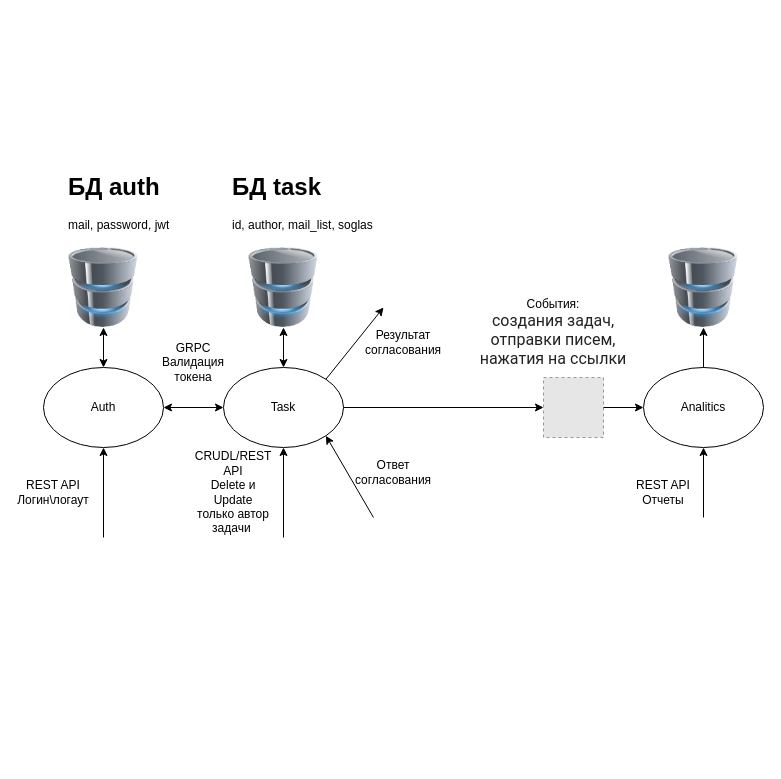
The draw.io diagram mts.drawio in mozgunovdm/mail-service, before the edit. Source tidied: cells renumbered, new cells numbered last; positions are measured from the earlier drawing's top-left corner, leaving out a move shared by most shapes. Both pictures are drawn from the tidied source at 100%, with x=0, y=0 at pixel (23, 167). Pictures stored in the file or linked from it are replaced by grey dashed boxes.
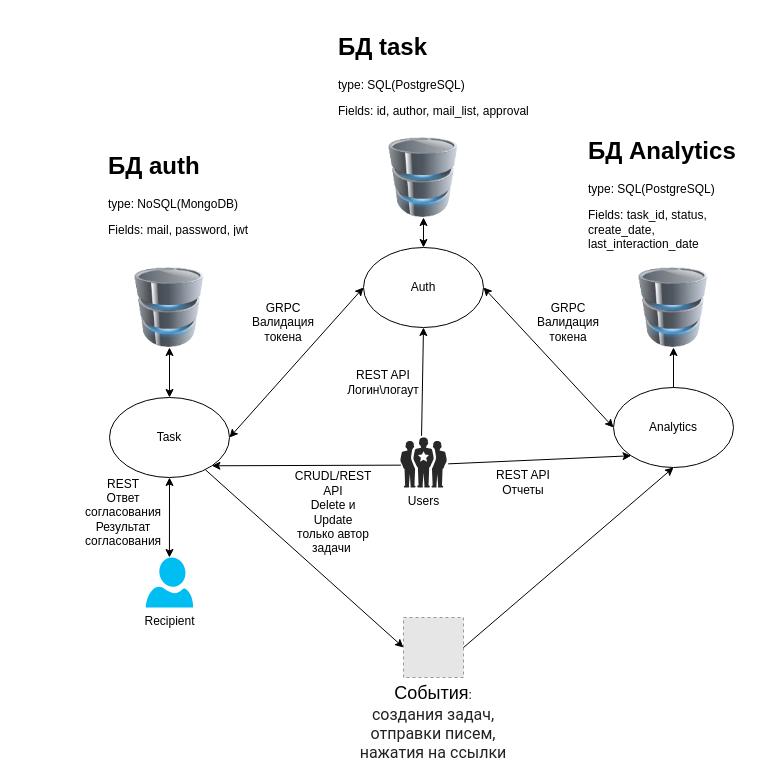
Above is the later version.

What changed in the source:
```diff
@@
     <mxCell id="2" value="Auth" style="ellipse;whiteSpace=wrap;html=1;" parent="1" vertex="1">
-      <mxGeometry x="20" y="200" width="120" height="80" as="geometry" />
+      <mxGeometry x="340" y="80" width="120" height="80" as="geometry" />
     </mxCell>
     <mxCell id="3" value="REST API&lt;br&gt;Логин\логаут" style="text;html=1;strokeColor=none;fillColor=none;align=center;verticalAlign=middle;whiteSpace=wrap;rounded=0;" parent="1" vertex="1">
-      <mxGeometry y="310" width="60" height="30" as="geometry" />
+      <mxGeometry x="330" y="200" width="60" height="30" as="geometry" />
     </mxCell>
     <mxCell id="4" style="image;html=1;image=img/lib/clip_art/computers/Database_128x128.png;" parent="1" vertex="1">
-      <mxGeometry x="40" y="80" width="80" height="80" as="geometry" />
+      <mxGeometry x="360" y="-30" width="80" height="80" as="geometry" />
     </mxCell>
@@
     <mxCell id="6" value="Task" style="ellipse;whiteSpace=wrap;html=1;" parent="1" vertex="1">
-      <mxGeometry x="200" y="200" width="120" height="80" as="geometry" />
+      <mxGeometry x="86" y="230" width="120" height="80" as="geometry" />
     </mxCell>
     <mxCell id="7" style="fillColor=#E6E6E6;strokeColor=#999999;dashed=1;verticalLabelPosition=bottom;labelBackgroundColor=default;verticalAlign=top;" parent="1" vertex="1">
-      <mxGeometry x="520" y="210" width="60" height="60" as="geometry" />
+      <mxGeometry x="380" y="450" width="60" height="60" as="geometry" />
     </mxCell>
@@
     <mxCell id="9" style="image;html=1;image=img/lib/clip_art/computers/Database_128x128.png;" parent="1" vertex="1">
-      <mxGeometry x="220" y="80" width="80" height="80" as="geometry" />
+      <mxGeometry x="106" y="100" width="80" height="80" as="geometry" />
     </mxCell>
-    <mxCell id="10" value="Analitics" style="ellipse;whiteSpace=wrap;html=1;" parent="1" vertex="1">
-      <mxGeometry x="620" y="200" width="120" height="80" as="geometry" />
+    <mxCell id="10" value="Analytics" style="ellipse;whiteSpace=wrap;html=1;" parent="1" vertex="1">
+      <mxGeometry x="590" y="220" width="120" height="80" as="geometry" />
     </mxCell>
-    <mxCell id="11" style="endArrow=classic;html=1;rounded=0;exitX=1;exitY=0.5;exitDx=0;exitDy=0;entryX=0;entryY=0.5;entryDx=0;entryDy=0;" parent="1" edge="1" source="7" target="10">
+    <mxCell id="11" style="endArrow=classic;html=1;rounded=0;exitX=1;exitY=0.5;exitDx=0;exitDy=0;entryX=0.5;entryY=1;entryDx=0;entryDy=0;" parent="1" edge="1" source="7" target="10">
       <mxGeometry relative="1" as="geometry" />
     </mxCell>
     <mxCell id="12" style="image;html=1;image=img/lib/clip_art/computers/Database_128x128.png;" parent="1" vertex="1">
-      <mxGeometry x="635" y="80" width="90" height="80" as="geometry" />
+      <mxGeometry x="605" y="100" width="90" height="80" as="geometry" />
     </mxCell>
@@
-    <mxCell id="15" style="endArrow=classic;startArrow=classic;html=1;rounded=0;entryX=0;entryY=0.5;entryDx=0;entryDy=0;exitX=1;exitY=0.5;exitDx=0;exitDy=0;" parent="1" edge="1" source="2" target="6">
+    <mxCell id="15" style="endArrow=classic;startArrow=classic;html=1;rounded=0;exitX=0;exitY=0.5;exitDx=0;exitDy=0;entryX=1;entryY=0.5;entryDx=0;entryDy=0;" parent="1" edge="1" source="2" target="6">
       <mxGeometry relative="1" as="geometry" />
     </mxCell>
-    <mxCell id="16" style="endArrow=classic;html=1;rounded=0;entryX=0.5;entryY=1;entryDx=0;entryDy=0;" parent="1" edge="1" target="2">
-      <mxGeometry relative="1" as="geometry">
-        <mxPoint x="80" y="370" as="sourcePoint" />
-      </mxGeometry>
+    <mxCell id="16" style="endArrow=classic;html=1;rounded=0;entryX=1;entryY=1;entryDx=0;entryDy=0;exitX=0.013;exitY=0.553;exitDx=0;exitDy=0;exitPerimeter=0;" parent="1" edge="1" source="33" target="6">
+      <mxGeometry relative="1" as="geometry" />
     </mxCell>
-    <mxCell id="17" style="endArrow=classic;html=1;rounded=0;entryX=0.5;entryY=1;entryDx=0;entryDy=0;" parent="1" edge="1" target="6">
-      <mxGeometry relative="1" as="geometry">
-        <mxPoint x="260" y="370" as="sourcePoint" />
-      </mxGeometry>
-    </mxCell>
     <mxCell id="18" value="CRUDL/REST API&lt;br&gt;Delete и Update только автор задачи&amp;nbsp;" style="text;html=1;strokeColor=none;fillColor=none;align=center;verticalAlign=middle;whiteSpace=wrap;rounded=0;" parent="1" vertex="1">
-      <mxGeometry x="180" y="310" width="60" height="30" as="geometry" />
+      <mxGeometry x="280" y="330" width="60" height="30" as="geometry" />
     </mxCell>
     <mxCell id="19" value="GRPC&lt;br&gt;Валидация токена" style="text;html=1;strokeColor=none;fillColor=none;align=center;verticalAlign=middle;whiteSpace=wrap;rounded=0;" parent="1" vertex="1">
-      <mxGeometry x="140" y="180" width="60" height="30" as="geometry" />
+      <mxGeometry x="230" y="140" width="60" height="30" as="geometry" />
     </mxCell>
-    <mxCell id="20" value="&lt;h1&gt;БД auth&lt;/h1&gt;&lt;p&gt;mail, password, jwt&lt;/p&gt;" style="text;html=1;strokeColor=none;fillColor=none;spacing=5;spacingTop=-20;whiteSpace=wrap;overflow=hidden;rounded=0;" parent="1" vertex="1">
-      <mxGeometry x="40" width="110" height="70" as="geometry" />
+    <mxCell id="20" value="&lt;h1&gt;БД auth&lt;/h1&gt;&lt;div&gt;type: NoSQL(MongoDB)&lt;/div&gt;&lt;p&gt;Fields: mail, password, jwt&lt;/p&gt;" style="text;html=1;strokeColor=none;fillColor=none;spacing=5;spacingTop=-20;whiteSpace=wrap;overflow=hidden;rounded=0;" parent="1" vertex="1">
+      <mxGeometry x="80" y="-21" width="150" height="90" as="geometry" />
     </mxCell>
-    <mxCell id="21" value="&lt;h1&gt;БД task&lt;/h1&gt;&lt;p&gt;id, author, mail_list, soglas&lt;/p&gt;" style="text;html=1;strokeColor=none;fillColor=none;spacing=5;spacingTop=-20;whiteSpace=wrap;overflow=hidden;rounded=0;" parent="1" vertex="1">
-      <mxGeometry x="204" width="180" height="70" as="geometry" />
+    <mxCell id="21" value="&lt;h1&gt;БД task&lt;br&gt;&lt;/h1&gt;&lt;p&gt;type: SQL(PostgreSQL)&lt;br&gt;&lt;/p&gt;&lt;p&gt;Fields: id, author, mail_list,&amp;nbsp;approval&amp;nbsp;&lt;/p&gt;&lt;p&gt;&lt;br&gt;&lt;/p&gt;" style="text;html=1;strokeColor=none;fillColor=none;spacing=5;spacingTop=-20;whiteSpace=wrap;overflow=hidden;rounded=0;" parent="1" vertex="1">
+      <mxGeometry x="310" y="-140" width="236" height="100" as="geometry" />
     </mxCell>
-    <mxCell id="22" style="endArrow=classic;html=1;rounded=0;entryX=1;entryY=1;entryDx=0;entryDy=0;" parent="1" edge="1" target="6">
-      <mxGeometry relative="1" as="geometry">
-        <mxPoint x="350" y="350" as="sourcePoint" />
-      </mxGeometry>
-    </mxCell>
-    <mxCell id="23" value="Ответ согласования" style="text;html=1;strokeColor=none;fillColor=none;align=center;verticalAlign=middle;whiteSpace=wrap;rounded=0;" parent="1" vertex="1">
-      <mxGeometry x="340" y="290" width="60" height="30" as="geometry" />
+    <mxCell id="23" value="REST&lt;br&gt;Ответ согласования&lt;br&gt;Результат согласования" style="text;html=1;strokeColor=none;fillColor=none;align=center;verticalAlign=middle;whiteSpace=wrap;rounded=0;" parent="1" vertex="1">
+      <mxGeometry x="70" y="330" width="60" height="30" as="geometry" />
     </mxCell>
-    <mxCell id="24" style="endArrow=classic;html=1;rounded=0;exitX=1;exitY=0;exitDx=0;exitDy=0;" parent="1" edge="1" source="6">
-      <mxGeometry relative="1" as="geometry">
-        <mxPoint x="360" y="140" as="targetPoint" />
-      </mxGeometry>
-    </mxCell>
-    <mxCell id="25" value="Результат согласования" style="text;html=1;strokeColor=none;fillColor=none;align=center;verticalAlign=middle;whiteSpace=wrap;rounded=0;" parent="1" vertex="1">
-      <mxGeometry x="350" y="160" width="60" height="30" as="geometry" />
-    </mxCell>
-    <mxCell id="26" value="События:&lt;br&gt;&lt;span style=&quot;color: rgb(34, 34, 34); font-family: Roboto, sans-serif; font-size: 16px; text-align: left; background-color: rgb(255, 255, 255);&quot;&gt;создания задач, отправки писем, нажатия на ссылки&lt;/span&gt;" style="text;html=1;strokeColor=none;fillColor=none;align=center;verticalAlign=middle;whiteSpace=wrap;rounded=0;" parent="1" vertex="1">
-      <mxGeometry x="440" y="150" width="180" height="30" as="geometry" />
+    <mxCell id="26" value="&lt;font style=&quot;font-size: 18px;&quot;&gt;События&lt;/font&gt;:&lt;br&gt;&lt;span style=&quot;color: rgb(34, 34, 34); font-family: Roboto, sans-serif; font-size: 16px; text-align: left; background-color: rgb(255, 255, 255);&quot;&gt;создания задач, отправки писем, нажатия на ссылки&lt;/span&gt;" style="text;html=1;strokeColor=none;fillColor=none;align=center;verticalAlign=middle;whiteSpace=wrap;rounded=0;" parent="1" vertex="1">
+      <mxGeometry x="320" y="540" width="180" height="30" as="geometry" />
     </mxCell>
-    <mxCell id="27" style="endArrow=classic;html=1;rounded=0;entryX=0.5;entryY=1;entryDx=0;entryDy=0;" parent="1" edge="1" target="10">
-      <mxGeometry relative="1" as="geometry">
-        <mxPoint x="680" y="350" as="sourcePoint" />
-      </mxGeometry>
+    <mxCell id="27" style="endArrow=classic;html=1;rounded=0;entryX=0;entryY=1;entryDx=0;entryDy=0;exitX=1.03;exitY=0.527;exitDx=0;exitDy=0;exitPerimeter=0;" parent="1" edge="1" source="33" target="10">
+      <mxGeometry relative="1" as="geometry" />
     </mxCell>
     <mxCell id="28" value="REST API&lt;br&gt;Отчеты" style="text;html=1;strokeColor=none;fillColor=none;align=center;verticalAlign=middle;whiteSpace=wrap;rounded=0;" parent="1" vertex="1">
-      <mxGeometry x="610" y="310" width="60" height="30" as="geometry" />
+      <mxGeometry x="470" y="300" width="60" height="30" as="geometry" />
     </mxCell>
+    <mxCell id="29" value="GRPC&lt;br&gt;Валидация токена" style="text;html=1;strokeColor=none;fillColor=none;align=center;verticalAlign=middle;whiteSpace=wrap;rounded=0;" parent="1" vertex="1">
+      <mxGeometry x="515" y="140" width="60" height="30" as="geometry" />
+    </mxCell>
+    <mxCell id="30" value="&lt;h1&gt;БД Analytics&lt;/h1&gt;&lt;span style=&quot;text-align: center;&quot;&gt;type: SQL(PostgreSQL)&lt;/span&gt;&lt;p&gt;Fields: task_id, status, create_date, last_interaction_date&lt;/p&gt;" style="text;html=1;strokeColor=none;fillColor=none;spacing=5;spacingTop=-20;whiteSpace=wrap;overflow=hidden;rounded=0;" parent="1" vertex="1">
+      <mxGeometry x="560" y="-36" width="180" height="120" as="geometry" />
+    </mxCell>
+    <mxCell id="31" value="Recipient" style="verticalLabelPosition=bottom;html=1;verticalAlign=top;align=center;strokeColor=none;fillColor=#00BEF2;shape=mxgraph.azure.user;" parent="1" vertex="1">
+      <mxGeometry x="122.2" y="390" width="47.5" height="50" as="geometry" />
+    </mxCell>
+    <mxCell id="32" style="endArrow=classic;startArrow=classic;html=1;rounded=0;entryX=1;entryY=0.5;entryDx=0;entryDy=0;exitX=0;exitY=0.5;exitDx=0;exitDy=0;" parent="1" edge="1" source="10" target="2">
+      <mxGeometry relative="1" as="geometry" />
+    </mxCell>
+    <mxCell id="33" value="Users" style="verticalLabelPosition=bottom;sketch=0;html=1;fillColor=#282828;strokeColor=none;verticalAlign=top;align=center;shape=mxgraph.cisco_safe.people_places_things_icons.icon1;" parent="1" vertex="1">
+      <mxGeometry x="376.8" y="270" width="46.5" height="50" as="geometry" />
+    </mxCell>
+    <mxCell id="34" style="endArrow=classic;html=1;rounded=0;entryX=0.5;entryY=1;entryDx=0;entryDy=0;exitX=0.457;exitY=-0.033;exitDx=0;exitDy=0;exitPerimeter=0;" parent="1" edge="1" source="33" target="2">
+      <mxGeometry relative="1" as="geometry" />
+    </mxCell>
+    <mxCell id="35" style="endArrow=classic;startArrow=classic;html=1;rounded=0;fontSize=18;entryX=0.5;entryY=1;entryDx=0;entryDy=0;exitX=0.5;exitY=0;exitDx=0;exitDy=0;exitPerimeter=0;" parent="1" edge="1" source="31" target="6">
+      <mxGeometry relative="1" as="geometry" />
+    </mxCell>
```
